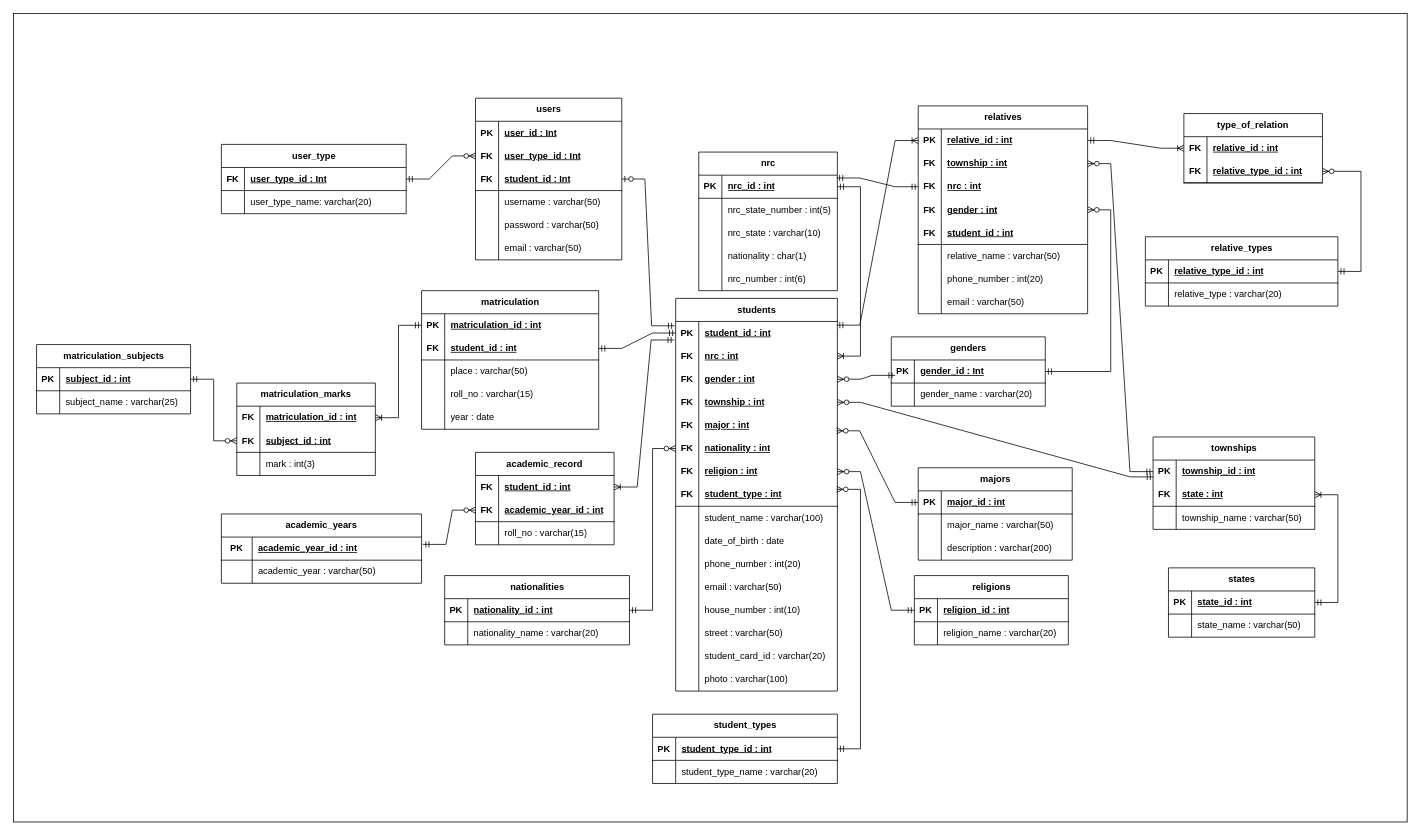
shinjir0u/StudentRegistrationSystem keeps this draw.io diagram as database/database.drawio. Above is the earlier version. Source tidied: cells renumbered, new cells numbered last; positions are measured from the earlier drawing's top-left corner, leaving out a move shared by most shapes. Both pictures are drawn from the tidied source at 77%, with x=0, y=0 at pixel (13, -264).
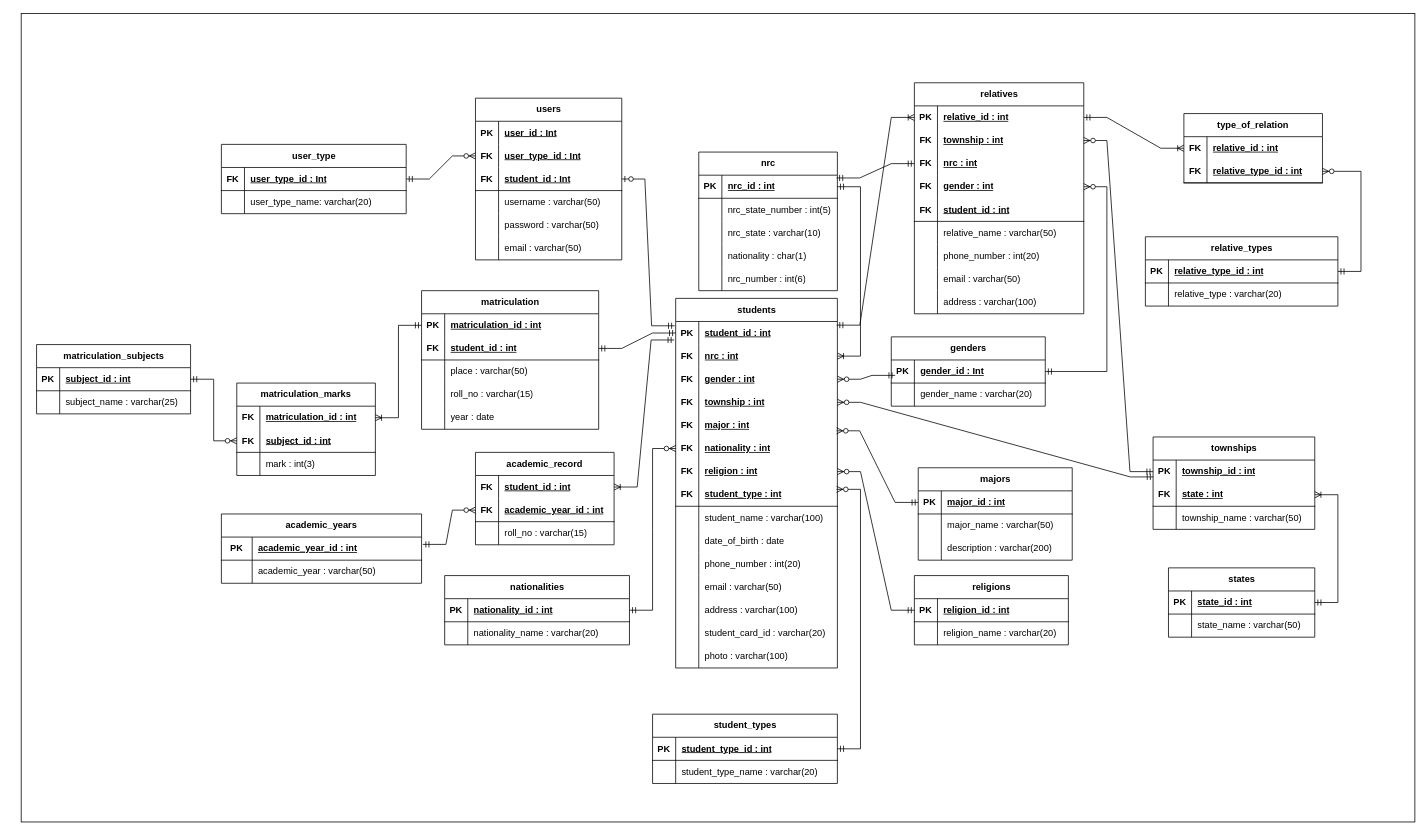
Above is the later version.

Commit message (it also covers changes not shown here):
Finalized database, hopefully :)

Change to the diagram source:
```diff
@@
     <mxCell id="2" style="rounded=0;whiteSpace=wrap;html=1;" parent="1" vertex="1">
-      <mxGeometry y="360" width="1810" height="1050" as="geometry" />
+      <mxGeometry x="10" y="360" width="1810" height="1050" as="geometry" />
     </mxCell>
@@
     <mxCell id="55" value="students" style="shape=table;startSize=30;childLayout=tableLayout;rowLines=0;fontStyle=1;align=center;html=1;" parent="1" vertex="1">
-      <mxGeometry x="860" y="730" width="210" height="510" as="geometry" />
+      <mxGeometry x="860" y="730" width="210" height="480" as="geometry" />
     </mxCell>
@@
-    <mxCell id="92" style="shape=tableRow;horizontal=0;startSize=0;swimlaneHead=0;swimlaneBody=0;fillColor=none;top=0;left=0;right=0;bottom=0;" parent="55" vertex="1">
-      <mxGeometry y="390" width="210" height="30" as="geometry" />
-    </mxCell>
-    <mxCell id="93" style="shape=partialRectangle;fillColor=none;top=0;left=0;bottom=0;right=0;overflow=hidden;whiteSpace=wrap;html=1;" parent="92" vertex="1">
-      <mxGeometry width="30" height="30" as="geometry" />
-    </mxCell>
-    <mxCell id="94" value="house_number : int(10)" style="shape=partialRectangle;fillColor=none;top=0;left=0;bottom=0;right=0;align=left;spacingLeft=6;overflow=hidden;whiteSpace=wrap;html=1;" parent="92" vertex="1">
-      <mxGeometry x="30" width="180" height="30" as="geometry" />
-    </mxCell>
     <mxCell id="95" style="shape=tableRow;horizontal=0;startSize=0;swimlaneHead=0;swimlaneBody=0;fillColor=none;top=0;left=0;right=0;bottom=0;" parent="55" vertex="1">
-      <mxGeometry y="420" width="210" height="30" as="geometry" />
+      <mxGeometry y="390" width="210" height="30" as="geometry" />
     </mxCell>
@@
-    <mxCell id="97" value="street : varchar(50)" style="shape=partialRectangle;fillColor=none;top=0;left=0;bottom=0;right=0;align=left;spacingLeft=6;overflow=hidden;whiteSpace=wrap;html=1;" parent="95" vertex="1">
+    <mxCell id="97" value="address : varchar(100)" style="shape=partialRectangle;fillColor=none;top=0;left=0;bottom=0;right=0;align=left;spacingLeft=6;overflow=hidden;whiteSpace=wrap;html=1;" parent="95" vertex="1">
       <mxGeometry x="30" width="180" height="30" as="geometry" />
     </mxCell>
     <mxCell id="98" style="shape=tableRow;horizontal=0;startSize=0;swimlaneHead=0;swimlaneBody=0;fillColor=none;top=0;left=0;right=0;bottom=0;" parent="55" vertex="1">
-      <mxGeometry y="450" width="210" height="30" as="geometry" />
+      <mxGeometry y="420" width="210" height="30" as="geometry" />
     </mxCell>
@@
     <mxCell id="101" style="shape=tableRow;horizontal=0;startSize=0;swimlaneHead=0;swimlaneBody=0;fillColor=none;top=0;left=0;right=0;bottom=0;" parent="55" vertex="1">
-      <mxGeometry y="480" width="210" height="30" as="geometry" />
+      <mxGeometry y="450" width="210" height="30" as="geometry" />
     </mxCell>
@@
     <mxCell id="180" value="relatives" style="shape=table;startSize=30;childLayout=tableLayout;rowLines=0;fontStyle=1;align=center;html=1;" parent="1" vertex="1">
-      <mxGeometry x="1175" y="480" width="220" height="270" as="geometry" />
+      <mxGeometry x="1170" y="450" width="220" height="300" as="geometry" />
     </mxCell>
@@
+    <mxCell id="259" style="shape=tableRow;horizontal=0;startSize=0;swimlaneHead=0;swimlaneBody=0;fillColor=none;top=0;left=0;right=0;bottom=0;" parent="180" vertex="1">
+      <mxGeometry y="270" width="220" height="30" as="geometry" />
+    </mxCell>
+    <mxCell id="93" style="shape=partialRectangle;fillColor=none;top=0;left=0;bottom=0;right=0;overflow=hidden;whiteSpace=wrap;html=1;" parent="259" vertex="1">
+      <mxGeometry width="30" height="30" as="geometry" />
+    </mxCell>
+    <mxCell id="260" value="address : varchar(100)" style="shape=partialRectangle;fillColor=none;top=0;left=0;bottom=0;right=0;align=left;spacingLeft=6;overflow=hidden;whiteSpace=wrap;html=1;" parent="259" vertex="1">
+      <mxGeometry x="30" width="190" height="30" as="geometry" />
+    </mxCell>
```
